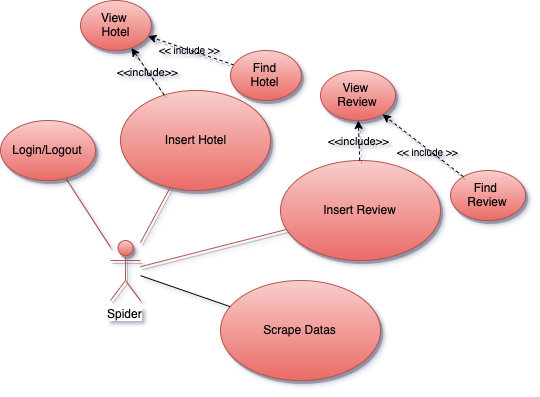
MatteoDJon/Task2LSMDB keeps this draw.io diagram as img/uml_use_case_spider.png. Above is the earlier version. Source tidied: cells renumbered, new cells last; positions are measured from the earlier drawing's top-left corner, leaving out a move shared by most shapes.
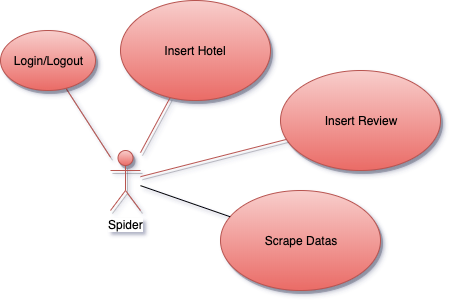
After the commit.

What changed in the source:
```diff
@@ -29,32 +29,5 @@
     <mxCell id="10" style="endArrow=none;html=1;labelBackgroundColor=none;strokeColor=#000000;strokeWidth=1;fontSize=10;" parent="1" edge="1" source="9" target="8">
       <mxGeometry relative="1" as="geometry" />
     </mxCell>
-    <mxCell id="11" value="View&amp;nbsp;&lt;br&gt;Hotel" style="ellipse;whiteSpace=wrap;html=1;fillColor=#f8cecc;strokeColor=#b85450;shadow=1;gradientColor=#ea6b66;" parent="1" vertex="1">
-      <mxGeometry x="80" width="70.8" height="50" as="geometry" />
-    </mxCell>
-    <mxCell id="12" value="&amp;lt;&amp;lt;include&amp;gt;&amp;gt;" style="edgeStyle=none;rounded=0;jettySize=auto;html=1;dashed=1;endArrow=classic;endFill=1;shadow=1;labelBackgroundColor=none;" parent="1" edge="1" source="3" target="11">
-      <mxGeometry relative="1" as="geometry" />
-    </mxCell>
-    <mxCell id="13" value="&lt;span style=&quot;font-size: 10px;&quot;&gt;&amp;lt;&amp;lt; include &amp;gt;&amp;gt;&lt;/span&gt;" style="edgeStyle=none;rounded=0;jettySize=auto;html=1;dashed=1;endArrow=classic;endFill=1;shadow=1;labelBackgroundColor=none;" parent="1" edge="1" source="14" target="11">
-      <mxGeometry relative="1" as="geometry" />
-    </mxCell>
-    <mxCell id="14" value="Find&lt;br&gt;Hotel" style="ellipse;whiteSpace=wrap;html=1;fillColor=#f8cecc;strokeColor=#b85450;shadow=1;gradientColor=#ea6b66;" parent="1" vertex="1">
-      <mxGeometry x="230" y="50" width="70.8" height="50" as="geometry" />
-    </mxCell>
-    <mxCell id="15" value="View&amp;nbsp;&lt;br&gt;Review" style="ellipse;whiteSpace=wrap;html=1;fillColor=#f8cecc;strokeColor=#b85450;shadow=1;gradientColor=#ea6b66;" parent="1" vertex="1">
-      <mxGeometry x="320" y="70" width="75" height="50" as="geometry" />
-    </mxCell>
-    <mxCell id="16" value="&amp;lt;&amp;lt;include&amp;gt;&amp;gt;&lt;br&gt;" style="edgeStyle=none;rounded=0;jettySize=auto;html=1;dashed=1;endArrow=classic;endFill=1;shadow=1;labelBackgroundColor=none;" parent="1" edge="1" source="2" target="15">
-      <mxGeometry relative="1" as="geometry" />
-    </mxCell>
-    <mxCell id="17" value="Find &lt;br&gt;Review" style="ellipse;whiteSpace=wrap;html=1;fillColor=#f8cecc;strokeColor=#b85450;shadow=1;gradientColor=#ea6b66;" parent="1" vertex="1">
-      <mxGeometry x="450" y="170" width="75" height="50" as="geometry" />
-    </mxCell>
-    <mxCell id="18" style="edgeStyle=none;rounded=0;jettySize=auto;html=1;dashed=1;endArrow=classic;endFill=1;shadow=1;" parent="1" edge="1" source="17" target="15">
-      <mxGeometry relative="1" as="geometry" />
-    </mxCell>
-    <mxCell id="19" value="&lt;span style=&quot;&quot;&gt;&amp;lt;&amp;lt; include &amp;gt;&amp;gt;&lt;/span&gt;" style="text;html=1;align=center;verticalAlign=middle;labelBackgroundColor=none;fontSize=10;" parent="18" vertex="1">
-      <mxGeometry x="-0.13" y="1" relative="1" as="geometry" />
-    </mxCell>
   </root>
 </mxGraphModel>
```
